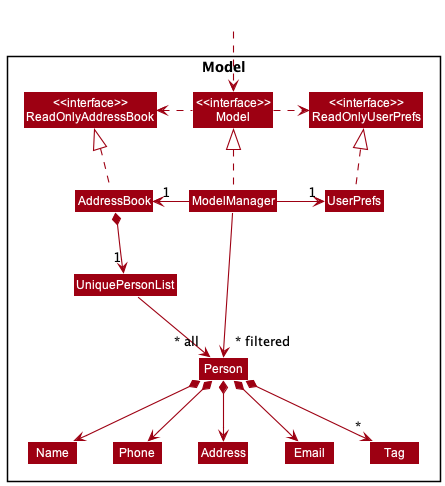
nus-cs2103-AY2223S1/tp keeps this PlantUML diagram as docs/images/ModelClassDiagram.png. Above is the earlier version.
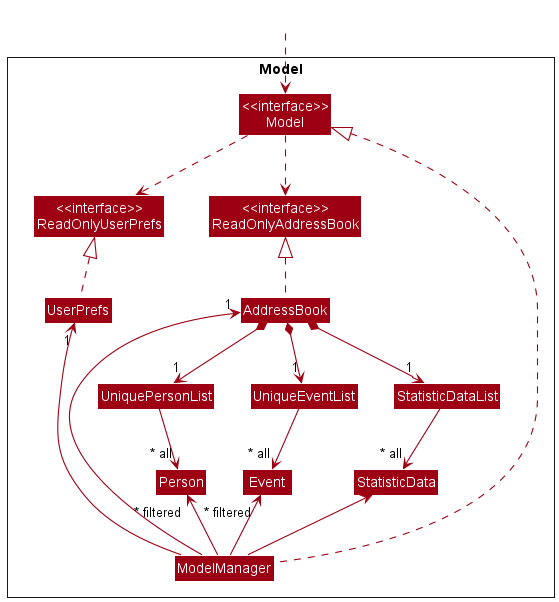
Above is the later version.

Change to the diagram source:
```diff
@@ -14,11 +14,13 @@
 
 Class UniquePersonList
 Class Person
-Class Address
-Class Email
-Class Name
-Class Phone
-Class Tag
+
+Class UniqueEventList
+Class Event
+
+Class StatisticData
+Class StatisticDataList
+
 
 }
 
@@ -28,23 +30,22 @@
 AddressBook .up.|> ReadOnlyAddressBook
 
 ModelManager .up.|> Model
-Model .right.> ReadOnlyUserPrefs
-Model .left.> ReadOnlyAddressBook
-ModelManager -left-> "1" AddressBook
-ModelManager -right-> "1" UserPrefs
+Model .down.> ReadOnlyUserPrefs
+Model .down.> ReadOnlyAddressBook
+ModelManager -up-> "1" AddressBook
+ModelManager -up-> "1" UserPrefs
 UserPrefs .up.|> ReadOnlyUserPrefs
 
 AddressBook *--> "1" UniquePersonList
+AddressBook *--> "1" UniqueEventList
+AddressBook *--> "1" StatisticDataList
 UniquePersonList --> "~* all" Person
-Person *--> Name
-Person *--> Phone
-Person *--> Email
-Person *--> Address
-Person *--> "*" Tag
+UniqueEventList --> "~* all" Event
+StatisticDataList --> "~* all" StatisticData
 
-Name -[hidden]right-> Phone
-Phone -[hidden]right-> Address
-Address -[hidden]right-> Email
+Person --[hidden]right--> Event
 
-ModelManager -->"~* filtered" Person
+ModelManager -up->"~* filtered" Person
+ModelManager -up->"~* filtered" Event
+ModelManager -up-> StatisticData
 @enduml
```
